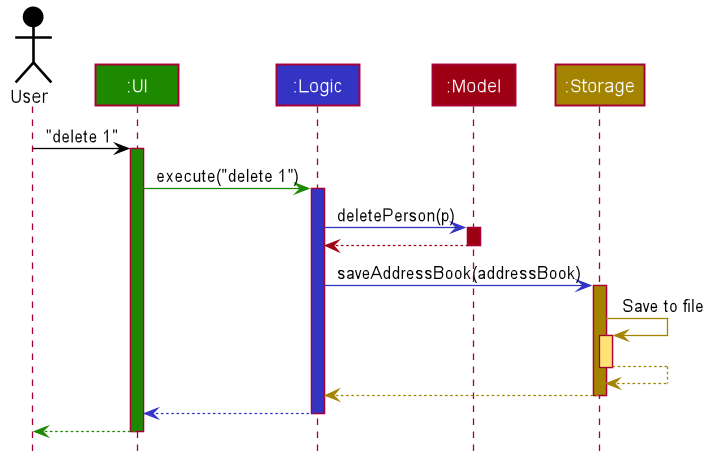
This is docs/images/ArchitectureSequenceDiagram.png from nus-cs2103-AY2021S2/tp, a PlantUML export, as it was before one commit.
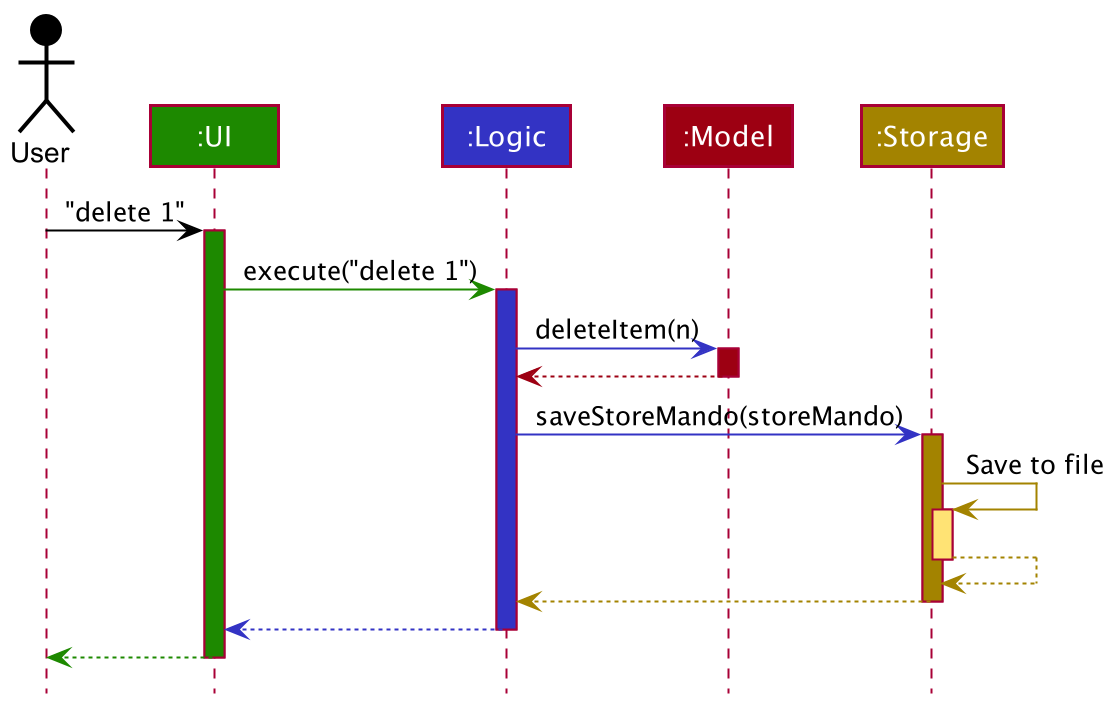
Later version of the same file.

Commit message:
Update Architecture sequence diagram

Diff of the diagram source:
```diff
@@ -1,85 +1,38 @@
 @startuml
+!include style.puml
 
+Actor User as user USER_COLOR
+Participant ":UI" as ui UI_COLOR
+Participant ":Logic" as logic LOGIC_COLOR
+Participant ":Model" as model MODEL_COLOR
+Participant ":Storage" as storage STORAGE_COLOR
 
+user -[USER_COLOR]> ui : "delete 1"
+activate ui UI_COLOR
 
+ui -[UI_COLOR]> logic : execute("delete 1")
+activate logic LOGIC_COLOR
 
+logic -[LOGIC_COLOR]> model : deleteItem(n)
+activate model MODEL_COLOR
 
-
-
-
-skinparam BackgroundColor #FFFFFFF
-
-skinparam Shadowing false
-
-skinparam Class {
-    FontColor #FFFFFF
-    BorderThickness 1
-    BorderColor #FFFFFF
-    StereotypeFontColor #FFFFFF
-    FontName Arial
-}
-
-skinparam Actor {
-    BorderColor #000000
-    Color #000000
-    FontName Arial
-}
-
-skinparam Sequence {
-    MessageAlign center
-    BoxFontSize 15
-    BoxPadding 0
-    BoxFontColor #FFFFFF
-    FontName Arial
-}
-
-skinparam Participant {
-    FontColor #FFFFFFF
-    Padding 20
-}
-
-skinparam MinClassWidth 50
-skinparam ParticipantPadding 10
-skinparam Shadowing false
-skinparam DefaultTextAlignment center
-skinparam packageStyle Rectangle
-
-hide footbox
-hide members
-hide circle
-
-Actor User as user #000000
-Participant ":UI" as ui #1D8900
-Participant ":Logic" as logic #3333C4
-Participant ":Model" as model #9D0012
-Participant ":Storage" as storage #A38300
-
-user -[#000000]> ui : "delete 1"
-activate ui #1D8900
-
-ui -[#1D8900]> logic : execute("delete 1")
-activate logic #3333C4
-
-logic -[#3333C4]> model : deletePerson(p)
-activate model #9D0012
-
-model -[#9D0012]-> logic
+model -[MODEL_COLOR]-> logic
 deactivate model
 
-logic -[#3333C4]> storage : saveAddressBook(addressBook)
-activate storage #A38300
+logic -[LOGIC_COLOR]> storage : saveStoreMando(storeMando)
+activate storage STORAGE_COLOR
 
-storage -[#A38300]> storage : Save to file
-activate storage #FFE374
-storage --[#A38300]> storage
+storage -[STORAGE_COLOR]> storage : Save to file
+activate storage STORAGE_COLOR_T1
+storage --[STORAGE_COLOR]> storage
 deactivate storage
 
-storage --[#A38300]> logic
+storage --[STORAGE_COLOR]> logic
 deactivate storage
 
-logic --[#3333C4]> ui
+logic --[LOGIC_COLOR]> ui
 deactivate logic
 
-ui--[#1D8900]> user
+ui--[UI_COLOR]> user
 deactivate ui
 @enduml
```
